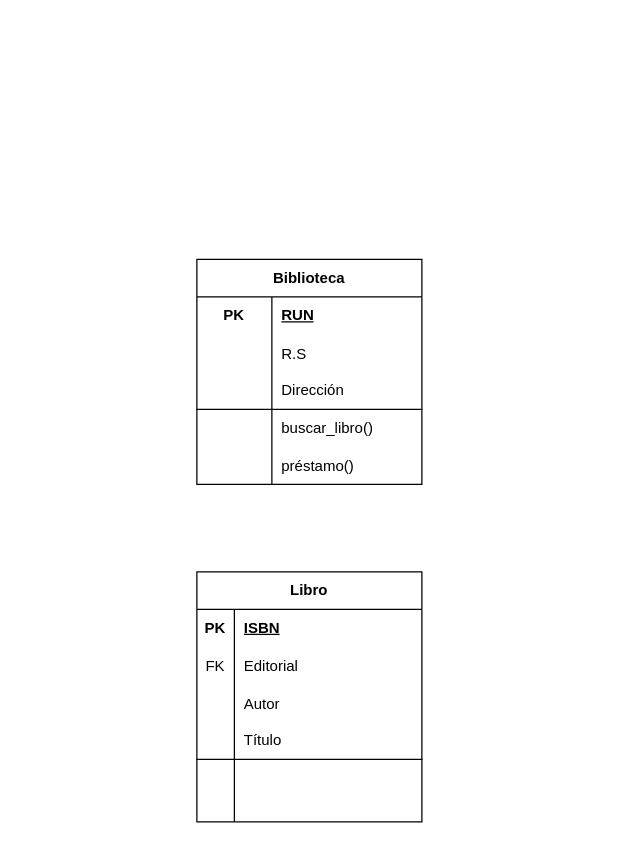
Above: Diagrama sin título.drawio in Wiccaos/POO (draw.io), before the change. Source tidied: cells renumbered, new cells numbered last; positions are measured from the earlier drawing's top-left corner, leaving out a move shared by most shapes. Both pictures are drawn from the tidied source at 125%, with x=0, y=0 at pixel (196, 259).
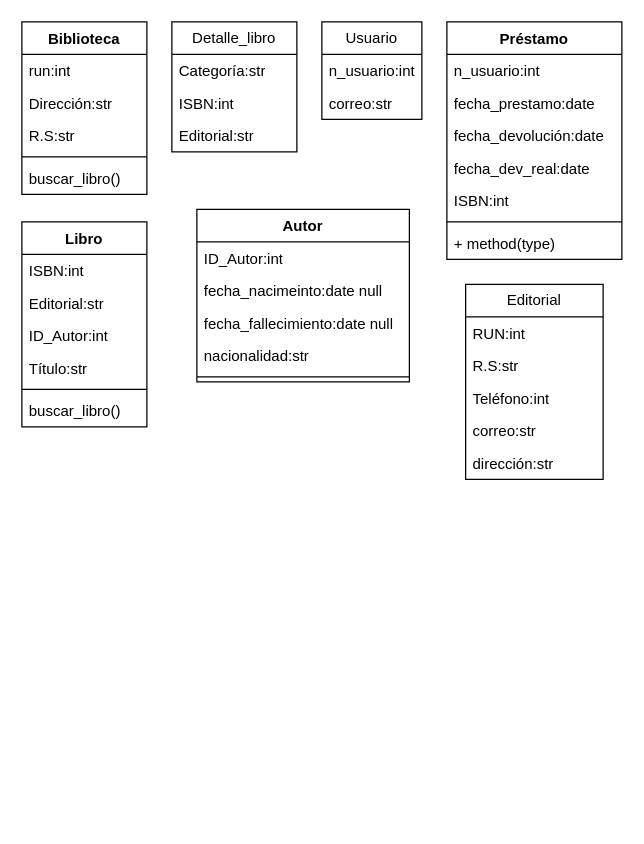
After the change.

What changed in the source:
```diff
@@
+    <mxCell id="21" value="Biblioteca" style="swimlane;fontStyle=1;align=center;verticalAlign=top;horizontal=1;startSize=26;whiteSpace=wrap;html=1;" parent="1" vertex="1">
+      <mxGeometry x="-140" y="-190" width="100" height="138" as="geometry" />
+    </mxCell>
+    <mxCell id="37" value="run:int" style="text;strokeColor=none;fillColor=none;align=left;verticalAlign=top;spacingLeft=4;spacingRight=4;overflow=hidden;whiteSpace=wrap;html=1;" parent="21" vertex="1">
+      <mxGeometry y="26" width="100" height="26" as="geometry" />
+    </mxCell>
+    <mxCell id="38" value="Dirección:str" style="text;strokeColor=none;fillColor=none;align=left;verticalAlign=top;spacingLeft=4;spacingRight=4;overflow=hidden;whiteSpace=wrap;html=1;" parent="21" vertex="1">
+      <mxGeometry y="52" width="100" height="26" as="geometry" />
+    </mxCell>
+    <mxCell id="39" value="R.S:str" style="text;strokeColor=none;fillColor=none;align=left;verticalAlign=top;spacingLeft=4;spacingRight=4;overflow=hidden;whiteSpace=wrap;html=1;" parent="21" vertex="1">
+      <mxGeometry y="78" width="100" height="26" as="geometry" />
+    </mxCell>
+    <mxCell id="40" style="line;strokeWidth=1;fillColor=none;align=left;verticalAlign=middle;spacingTop=-1;spacingLeft=3;spacingRight=3;labelPosition=right;strokeColor=inherit;" parent="21" vertex="1">
+      <mxGeometry y="104" width="100" height="8" as="geometry" />
+    </mxCell>
+    <mxCell id="41" value="buscar_libro()" style="text;strokeColor=none;fillColor=none;align=left;verticalAlign=top;spacingLeft=4;spacingRight=4;overflow=hidden;whiteSpace=wrap;html=1;" parent="21" vertex="1">
+      <mxGeometry y="112" width="100" height="26" as="geometry" />
+    </mxCell>
-    <mxCell id="2" value="Libro" style="shape=table;startSize=30;childLayout=tableLayout;rowLines=0;fontStyle=1;align=center;html=1;whiteSpace=wrap;" parent="1" vertex="1">
-      <mxGeometry y="250" width="180" height="200" as="geometry" />
+    <mxCell id="2" value="Libro" style="swimlane;fontStyle=1;align=center;verticalAlign=top;horizontal=1;startSize=26;whiteSpace=wrap;html=1;" parent="1" vertex="1">
+      <mxGeometry x="-140" y="-30" width="100" height="164" as="geometry" />
     </mxCell>
-    <mxCell id="3" style="shape=tableRow;horizontal=0;startSize=0;swimlaneHead=0;swimlaneBody=0;fillColor=none;top=0;left=0;right=0;bottom=0;html=1;" parent="2" vertex="1">
-      <mxGeometry y="30" width="180" height="30" as="geometry" />
-    </mxCell>
-    <mxCell id="4" value="PK" style="shape=partialRectangle;fillColor=none;top=0;left=0;bottom=0;right=0;fontStyle=1;overflow=hidden;html=1;whiteSpace=wrap;" parent="3" vertex="1">
-      <mxGeometry width="30" height="30" as="geometry" />
-    </mxCell>
-    <mxCell id="5" value="ISBN" style="shape=partialRectangle;fillColor=none;top=0;left=0;bottom=0;right=0;align=left;spacingLeft=6;fontStyle=5;overflow=hidden;html=1;whiteSpace=wrap;" parent="3" vertex="1">
-      <mxGeometry x="30" width="150" height="30" as="geometry" />
-    </mxCell>
-    <mxCell id="6" style="shape=tableRow;horizontal=0;startSize=0;swimlaneHead=0;swimlaneBody=0;fillColor=none;top=0;left=0;right=0;bottom=0;" parent="2" vertex="1">
-      <mxGeometry y="60" width="180" height="30" as="geometry" />
-    </mxCell>
-    <mxCell id="7" value="FK" style="shape=partialRectangle;fillColor=none;top=0;left=0;bottom=0;right=0;overflow=hidden;" parent="6" vertex="1">
-      <mxGeometry width="30" height="30" as="geometry" />
-    </mxCell>
+    <mxCell id="42" value="ISBN:int" style="text;strokeColor=none;fillColor=none;align=left;verticalAlign=top;spacingLeft=4;spacingRight=4;overflow=hidden;whiteSpace=wrap;html=1;" parent="2" vertex="1">
+      <mxGeometry y="26" width="100" height="26" as="geometry" />
+    </mxCell>
+    <mxCell id="43" value="Editorial:str" style="text;strokeColor=none;fillColor=none;align=left;verticalAlign=top;spacingLeft=4;spacingRight=4;overflow=hidden;whiteSpace=wrap;html=1;" parent="2" vertex="1">
+      <mxGeometry y="52" width="100" height="26" as="geometry" />
+    </mxCell>
+    <mxCell id="44" value="ID_Autor:int" style="text;strokeColor=none;fillColor=none;align=left;verticalAlign=top;spacingLeft=4;spacingRight=4;overflow=hidden;whiteSpace=wrap;html=1;" parent="2" vertex="1">
+      <mxGeometry y="78" width="100" height="26" as="geometry" />
+    </mxCell>
+    <mxCell id="45" value="Título:str" style="text;strokeColor=none;fillColor=none;align=left;verticalAlign=top;spacingLeft=4;spacingRight=4;overflow=hidden;whiteSpace=wrap;html=1;" parent="2" vertex="1">
+      <mxGeometry y="104" width="100" height="26" as="geometry" />
+    </mxCell>
+    <mxCell id="46" style="line;strokeWidth=1;fillColor=none;align=left;verticalAlign=middle;spacingTop=-1;spacingLeft=3;spacingRight=3;labelPosition=right;strokeColor=inherit;" parent="2" vertex="1">
+      <mxGeometry y="130" width="100" height="8" as="geometry" />
+    </mxCell>
+    <mxCell id="47" value="buscar_libro()" style="text;strokeColor=none;fillColor=none;align=left;verticalAlign=top;spacingLeft=4;spacingRight=4;overflow=hidden;whiteSpace=wrap;html=1;" parent="2" vertex="1">
+      <mxGeometry y="138" width="100" height="26" as="geometry" />
+    </mxCell>
+    <mxCell id="11" value="Autor" style="swimlane;fontStyle=1;align=center;verticalAlign=top;horizontal=1;startSize=26;whiteSpace=wrap;html=1;" parent="1" vertex="1">
+      <mxGeometry y="-40" width="170" height="138" as="geometry" />
+    </mxCell>
+    <mxCell id="48" value="ID_Autor:int" style="text;strokeColor=none;fillColor=none;align=left;verticalAlign=top;spacingLeft=4;spacingRight=4;overflow=hidden;whiteSpace=wrap;html=1;" parent="11" vertex="1">
+      <mxGeometry y="26" width="170" height="26" as="geometry" />
+    </mxCell>
+    <mxCell id="49" value="fecha_nacimeinto:date null" style="text;strokeColor=none;fillColor=none;align=left;verticalAlign=top;spacingLeft=4;spacingRight=4;overflow=hidden;whiteSpace=wrap;html=1;" parent="11" vertex="1">
+      <mxGeometry y="52" width="170" height="26" as="geometry" />
+    </mxCell>
+    <mxCell id="50" value="fecha_fallecimiento:date null" style="text;strokeColor=none;fillColor=none;align=left;verticalAlign=top;spacingLeft=4;spacingRight=4;overflow=hidden;whiteSpace=wrap;html=1;" parent="11" vertex="1">
+      <mxGeometry y="78" width="170" height="26" as="geometry" />
+    </mxCell>
+    <mxCell id="51" value="nacionalidad:str" style="text;strokeColor=none;fillColor=none;align=left;verticalAlign=top;spacingLeft=4;spacingRight=4;overflow=hidden;whiteSpace=wrap;html=1;" parent="11" vertex="1">
+      <mxGeometry y="104" width="170" height="26" as="geometry" />
+    </mxCell>
+    <mxCell id="52" style="line;strokeWidth=1;fillColor=none;align=left;verticalAlign=middle;spacingTop=-1;spacingLeft=3;spacingRight=3;labelPosition=right;strokeColor=inherit;" parent="11" vertex="1">
+      <mxGeometry y="130" width="170" height="8" as="geometry" />
+    </mxCell>
+    <mxCell id="53" value="Detalle_libro" style="swimlane;fontStyle=0;horizontal=1;startSize=26;fillColor=none;whiteSpace=wrap;html=1;" parent="1" vertex="1">
+      <mxGeometry x="-20" y="-190" width="100" height="104" as="geometry" />
+    </mxCell>
+    <mxCell id="54" value="Categoría:str" style="text;strokeColor=none;fillColor=none;align=left;verticalAlign=top;spacingLeft=4;spacingRight=4;overflow=hidden;whiteSpace=wrap;html=1;" parent="53" vertex="1">
+      <mxGeometry y="26" width="100" height="26" as="geometry" />
+    </mxCell>
+    <mxCell id="55" value="ISBN:int" style="text;strokeColor=none;fillColor=none;align=left;verticalAlign=top;spacingLeft=4;spacingRight=4;overflow=hidden;whiteSpace=wrap;html=1;" parent="53" vertex="1">
+      <mxGeometry y="52" width="100" height="26" as="geometry" />
+    </mxCell>
+    <mxCell id="56" value="Editorial:str" style="text;strokeColor=none;fillColor=none;align=left;verticalAlign=top;spacingLeft=4;spacingRight=4;overflow=hidden;whiteSpace=wrap;html=1;" parent="53" vertex="1">
+      <mxGeometry y="78" width="100" height="26" as="geometry" />
+    </mxCell>
-    <mxCell id="8" value="Editorial" style="shape=partialRectangle;fillColor=none;top=0;left=0;bottom=0;right=0;align=left;spacingLeft=6;overflow=hidden;" parent="6" vertex="1">
-      <mxGeometry x="30" width="150" height="30" as="geometry" />
+    <mxCell id="8" value="Editorial" style="swimlane;fontStyle=0;horizontal=1;startSize=26;fillColor=none;whiteSpace=wrap;html=1;" parent="1" vertex="1">
+      <mxGeometry x="215" y="20" width="110" height="156" as="geometry" />
     </mxCell>
-    <mxCell id="9" style="shape=tableRow;horizontal=0;startSize=0;swimlaneHead=0;swimlaneBody=0;fillColor=none;top=0;left=0;right=0;bottom=0;" parent="2" vertex="1">
-      <mxGeometry y="90" width="180" height="30" as="geometry" />
-    </mxCell>
-    <mxCell id="10" style="shape=partialRectangle;fillColor=none;top=0;left=0;bottom=0;right=0;overflow=hidden;" parent="9" vertex="1">
-      <mxGeometry width="30" height="30" as="geometry" />
-    </mxCell>
-    <mxCell id="11" value="Autor" style="shape=partialRectangle;fillColor=none;top=0;left=0;bottom=0;right=0;align=left;spacingLeft=6;overflow=hidden;" parent="9" vertex="1">
-      <mxGeometry x="30" width="150" height="30" as="geometry" />
-    </mxCell>
-    <mxCell id="12" style="shape=tableRow;horizontal=0;startSize=0;swimlaneHead=0;swimlaneBody=0;fillColor=none;top=0;left=0;right=0;bottom=1;html=1;" parent="2" vertex="1">
-      <mxGeometry y="120" width="180" height="30" as="geometry" />
-    </mxCell>
-    <mxCell id="13" style="shape=partialRectangle;fillColor=none;top=0;left=0;bottom=0;right=0;fontStyle=1;overflow=hidden;html=1;whiteSpace=wrap;" parent="12" vertex="1">
-      <mxGeometry width="30" height="30" as="geometry" />
-    </mxCell>
-    <mxCell id="14" value="&lt;span style=&quot;font-weight: normal;&quot;&gt;Título&lt;/span&gt;" style="shape=partialRectangle;fillColor=none;top=0;left=0;bottom=0;right=0;align=left;spacingLeft=6;fontStyle=1;overflow=hidden;html=1;whiteSpace=wrap;strokeColor=default;" parent="12" vertex="1">
-      <mxGeometry x="30" width="150" height="30" as="geometry" />
-    </mxCell>
-    <mxCell id="15" style="shape=tableRow;horizontal=0;startSize=0;swimlaneHead=0;swimlaneBody=0;fillColor=none;top=0;left=0;right=0;bottom=0;html=1;" parent="2" vertex="1">
-      <mxGeometry y="150" width="180" height="30" as="geometry" />
-    </mxCell>
-    <mxCell id="16" style="shape=partialRectangle;fillColor=none;top=0;left=0;bottom=0;right=0;overflow=hidden;html=1;whiteSpace=wrap;" parent="15" vertex="1">
-      <mxGeometry width="30" height="30" as="geometry" />
-    </mxCell>
-    <mxCell id="17" style="shape=partialRectangle;fillColor=none;top=0;left=0;bottom=0;right=0;align=left;spacingLeft=6;overflow=hidden;html=1;whiteSpace=wrap;" parent="15" vertex="1">
-      <mxGeometry x="30" width="150" height="30" as="geometry" />
-    </mxCell>
-    <mxCell id="18" style="shape=tableRow;horizontal=0;startSize=0;swimlaneHead=0;swimlaneBody=0;fillColor=none;top=0;left=0;right=0;bottom=0;html=1;" parent="2" vertex="1">
-      <mxGeometry y="180" width="180" height="20" as="geometry" />
-    </mxCell>
-    <mxCell id="19" style="shape=partialRectangle;fillColor=none;top=0;left=0;bottom=0;right=0;overflow=hidden;html=1;whiteSpace=wrap;" parent="18" vertex="1">
-      <mxGeometry width="30" height="20" as="geometry" />
-    </mxCell>
-    <mxCell id="20" style="shape=partialRectangle;fillColor=none;top=0;left=0;bottom=0;right=0;align=left;spacingLeft=6;overflow=hidden;html=1;whiteSpace=wrap;" parent="18" vertex="1">
-      <mxGeometry x="30" width="150" height="20" as="geometry" />
-    </mxCell>
-    <mxCell id="21" value="Biblioteca" style="shape=table;startSize=30;childLayout=tableLayout;rowLines=0;fontStyle=1;align=center;html=1;whiteSpace=wrap;" parent="1" vertex="1">
-      <mxGeometry width="180" height="180" as="geometry" />
-    </mxCell>
-    <mxCell id="22" style="shape=tableRow;horizontal=0;startSize=0;swimlaneHead=0;swimlaneBody=0;fillColor=none;top=0;left=0;right=0;bottom=0;html=1;" parent="21" vertex="1">
-      <mxGeometry y="30" width="180" height="30" as="geometry" />
-    </mxCell>
-    <mxCell id="23" value="PK" style="shape=partialRectangle;fillColor=none;top=0;left=0;bottom=0;right=0;fontStyle=1;overflow=hidden;html=1;whiteSpace=wrap;" parent="22" vertex="1">
-      <mxGeometry width="60" height="30" as="geometry" />
-    </mxCell>
-    <mxCell id="24" value="RUN" style="shape=partialRectangle;fillColor=none;top=0;left=0;bottom=0;right=0;align=left;spacingLeft=6;fontStyle=5;overflow=hidden;html=1;whiteSpace=wrap;" parent="22" vertex="1">
-      <mxGeometry x="60" width="120" height="30" as="geometry" />
-    </mxCell>
-    <mxCell id="25" style="shape=tableRow;horizontal=0;startSize=0;swimlaneHead=0;swimlaneBody=0;fillColor=none;top=0;left=0;right=0;bottom=0;" parent="21" vertex="1">
-      <mxGeometry y="60" width="180" height="30" as="geometry" />
-    </mxCell>
-    <mxCell id="26" style="shape=partialRectangle;fillColor=none;top=0;left=0;bottom=0;right=0;overflow=hidden;" parent="25" vertex="1">
-      <mxGeometry width="60" height="30" as="geometry" />
-    </mxCell>
-    <mxCell id="27" value="R.S" style="shape=partialRectangle;fillColor=none;top=0;left=0;bottom=0;right=0;align=left;spacingLeft=6;overflow=hidden;" parent="25" vertex="1">
-      <mxGeometry x="60" width="120" height="30" as="geometry" />
-    </mxCell>
-    <mxCell id="28" style="shape=tableRow;horizontal=0;startSize=0;swimlaneHead=0;swimlaneBody=0;fillColor=none;top=0;left=0;right=0;bottom=1;html=1;" parent="21" vertex="1">
-      <mxGeometry y="90" width="180" height="30" as="geometry" />
-    </mxCell>
-    <mxCell id="29" style="shape=partialRectangle;fillColor=none;top=0;left=0;bottom=0;right=0;fontStyle=1;overflow=hidden;html=1;whiteSpace=wrap;" parent="28" vertex="1">
-      <mxGeometry width="60" height="30" as="geometry" />
-    </mxCell>
-    <mxCell id="30" value="Dirección" style="shape=partialRectangle;fillColor=none;top=0;left=0;bottom=0;right=0;align=left;spacingLeft=6;fontStyle=0;overflow=hidden;html=1;whiteSpace=wrap;" parent="28" vertex="1">
-      <mxGeometry x="60" width="120" height="30" as="geometry" />
-    </mxCell>
-    <mxCell id="31" style="shape=tableRow;horizontal=0;startSize=0;swimlaneHead=0;swimlaneBody=0;fillColor=none;top=0;left=0;right=0;bottom=0;html=1;" parent="21" vertex="1">
-      <mxGeometry y="120" width="180" height="30" as="geometry" />
-    </mxCell>
-    <mxCell id="32" style="shape=partialRectangle;fillColor=none;top=0;left=0;bottom=0;right=0;overflow=hidden;html=1;whiteSpace=wrap;" parent="31" vertex="1">
-      <mxGeometry width="60" height="30" as="geometry" />
-    </mxCell>
-    <mxCell id="33" value="buscar_libro()" style="shape=partialRectangle;fillColor=none;top=0;left=0;bottom=0;right=0;align=left;spacingLeft=6;overflow=hidden;html=1;whiteSpace=wrap;" parent="31" vertex="1">
-      <mxGeometry x="60" width="120" height="30" as="geometry" />
-    </mxCell>
-    <mxCell id="34" style="shape=tableRow;horizontal=0;startSize=0;swimlaneHead=0;swimlaneBody=0;fillColor=none;top=0;left=0;right=0;bottom=0;" parent="21" vertex="1">
-      <mxGeometry y="150" width="180" height="30" as="geometry" />
-    </mxCell>
-    <mxCell id="35" style="shape=partialRectangle;fillColor=none;top=0;left=0;bottom=0;right=0;overflow=hidden;" parent="34" vertex="1">
-      <mxGeometry width="60" height="30" as="geometry" />
-    </mxCell>
-    <mxCell id="36" value="préstamo()" style="shape=partialRectangle;fillColor=none;top=0;left=0;bottom=0;right=0;align=left;spacingLeft=6;overflow=hidden;" parent="34" vertex="1">
-      <mxGeometry x="60" width="120" height="30" as="geometry" />
-    </mxCell>
+    <mxCell id="57" value="RUN:int" style="text;strokeColor=none;fillColor=none;align=left;verticalAlign=top;spacingLeft=4;spacingRight=4;overflow=hidden;whiteSpace=wrap;html=1;" parent="8" vertex="1">
+      <mxGeometry y="26" width="110" height="26" as="geometry" />
+    </mxCell>
+    <mxCell id="58" value="R.S:str" style="text;strokeColor=none;fillColor=none;align=left;verticalAlign=top;spacingLeft=4;spacingRight=4;overflow=hidden;whiteSpace=wrap;html=1;" parent="8" vertex="1">
+      <mxGeometry y="52" width="110" height="26" as="geometry" />
+    </mxCell>
+    <mxCell id="59" value="Teléfono:int" style="text;strokeColor=none;fillColor=none;align=left;verticalAlign=top;spacingLeft=4;spacingRight=4;overflow=hidden;whiteSpace=wrap;html=1;" parent="8" vertex="1">
+      <mxGeometry y="78" width="110" height="26" as="geometry" />
+    </mxCell>
+    <mxCell id="60" value="correo:str" style="text;strokeColor=none;fillColor=none;align=left;verticalAlign=top;spacingLeft=4;spacingRight=4;overflow=hidden;whiteSpace=wrap;html=1;" parent="8" vertex="1">
+      <mxGeometry y="104" width="110" height="26" as="geometry" />
+    </mxCell>
+    <mxCell id="61" value="dirección:str" style="text;strokeColor=none;fillColor=none;align=left;verticalAlign=top;spacingLeft=4;spacingRight=4;overflow=hidden;whiteSpace=wrap;html=1;" parent="8" vertex="1">
+      <mxGeometry y="130" width="110" height="26" as="geometry" />
+    </mxCell>
+    <mxCell id="62" value="Usuario" style="swimlane;fontStyle=0;horizontal=1;startSize=26;fillColor=none;whiteSpace=wrap;html=1;" parent="1" vertex="1">
+      <mxGeometry x="100" y="-190" width="80" height="78" as="geometry" />
+    </mxCell>
+    <mxCell id="63" value="n_usuario:int" style="text;strokeColor=none;fillColor=none;align=left;verticalAlign=top;spacingLeft=4;spacingRight=4;overflow=hidden;whiteSpace=wrap;html=1;" parent="62" vertex="1">
+      <mxGeometry y="26" width="80" height="26" as="geometry" />
+    </mxCell>
+    <mxCell id="64" value="correo:str" style="text;strokeColor=none;fillColor=none;align=left;verticalAlign=top;spacingLeft=4;spacingRight=4;overflow=hidden;whiteSpace=wrap;html=1;" parent="62" vertex="1">
+      <mxGeometry y="52" width="80" height="26" as="geometry" />
+    </mxCell>
+    <mxCell id="65" value="Préstamo" style="swimlane;fontStyle=1;align=center;verticalAlign=top;horizontal=1;startSize=26;whiteSpace=wrap;html=1;" parent="1" vertex="1">
+      <mxGeometry x="200" y="-190" width="140" height="190" as="geometry" />
+    </mxCell>
+    <mxCell id="66" value="n_usuario:int" style="text;strokeColor=none;fillColor=none;align=left;verticalAlign=top;spacingLeft=4;spacingRight=4;overflow=hidden;whiteSpace=wrap;html=1;" parent="65" vertex="1">
+      <mxGeometry y="26" width="140" height="26" as="geometry" />
+    </mxCell>
+    <mxCell id="67" value="fecha_prestamo:date" style="text;strokeColor=none;fillColor=none;align=left;verticalAlign=top;spacingLeft=4;spacingRight=4;overflow=hidden;whiteSpace=wrap;html=1;" parent="65" vertex="1">
+      <mxGeometry y="52" width="140" height="26" as="geometry" />
+    </mxCell>
+    <mxCell id="68" value="fecha_devolución:date" style="text;strokeColor=none;fillColor=none;align=left;verticalAlign=top;spacingLeft=4;spacingRight=4;overflow=hidden;whiteSpace=wrap;html=1;" parent="65" vertex="1">
+      <mxGeometry y="78" width="140" height="26" as="geometry" />
+    </mxCell>
+    <mxCell id="69" value="fecha_dev_real:date" style="text;strokeColor=none;fillColor=none;align=left;verticalAlign=top;spacingLeft=4;spacingRight=4;overflow=hidden;whiteSpace=wrap;html=1;" parent="65" vertex="1">
+      <mxGeometry y="104" width="140" height="26" as="geometry" />
+    </mxCell>
+    <mxCell id="70" value="ISBN:int" style="text;strokeColor=none;fillColor=none;align=left;verticalAlign=top;spacingLeft=4;spacingRight=4;overflow=hidden;whiteSpace=wrap;html=1;" parent="65" vertex="1">
+      <mxGeometry y="130" width="140" height="26" as="geometry" />
+    </mxCell>
+    <mxCell id="71" style="line;strokeWidth=1;fillColor=none;align=left;verticalAlign=middle;spacingTop=-1;spacingLeft=3;spacingRight=3;labelPosition=right;strokeColor=inherit;" parent="65" vertex="1">
+      <mxGeometry y="156" width="140" height="8" as="geometry" />
+    </mxCell>
+    <mxCell id="72" value="+ method(type)" style="text;strokeColor=none;fillColor=none;align=left;verticalAlign=top;spacingLeft=4;spacingRight=4;overflow=hidden;whiteSpace=wrap;html=1;" parent="65" vertex="1">
+      <mxGeometry y="164" width="140" height="26" as="geometry" />
+    </mxCell>
```
